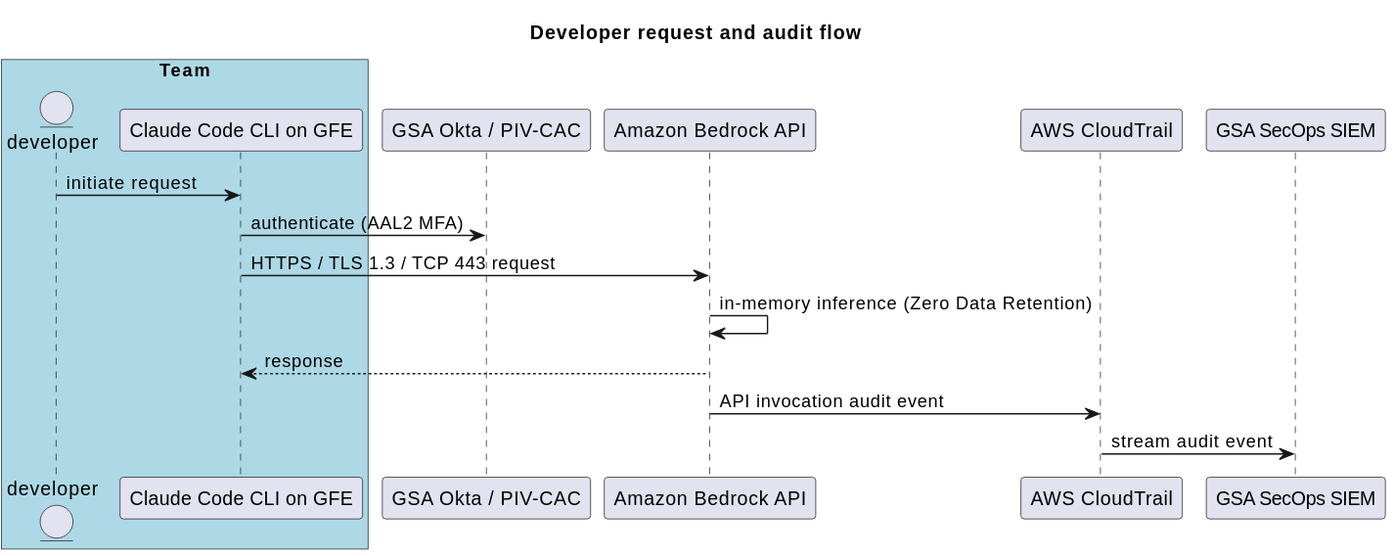
Above: out/generic/developer-ai-data-flow/developer-ai-inference-flow.svg in GSA/datagov-compliance (PlantUML), before the change.
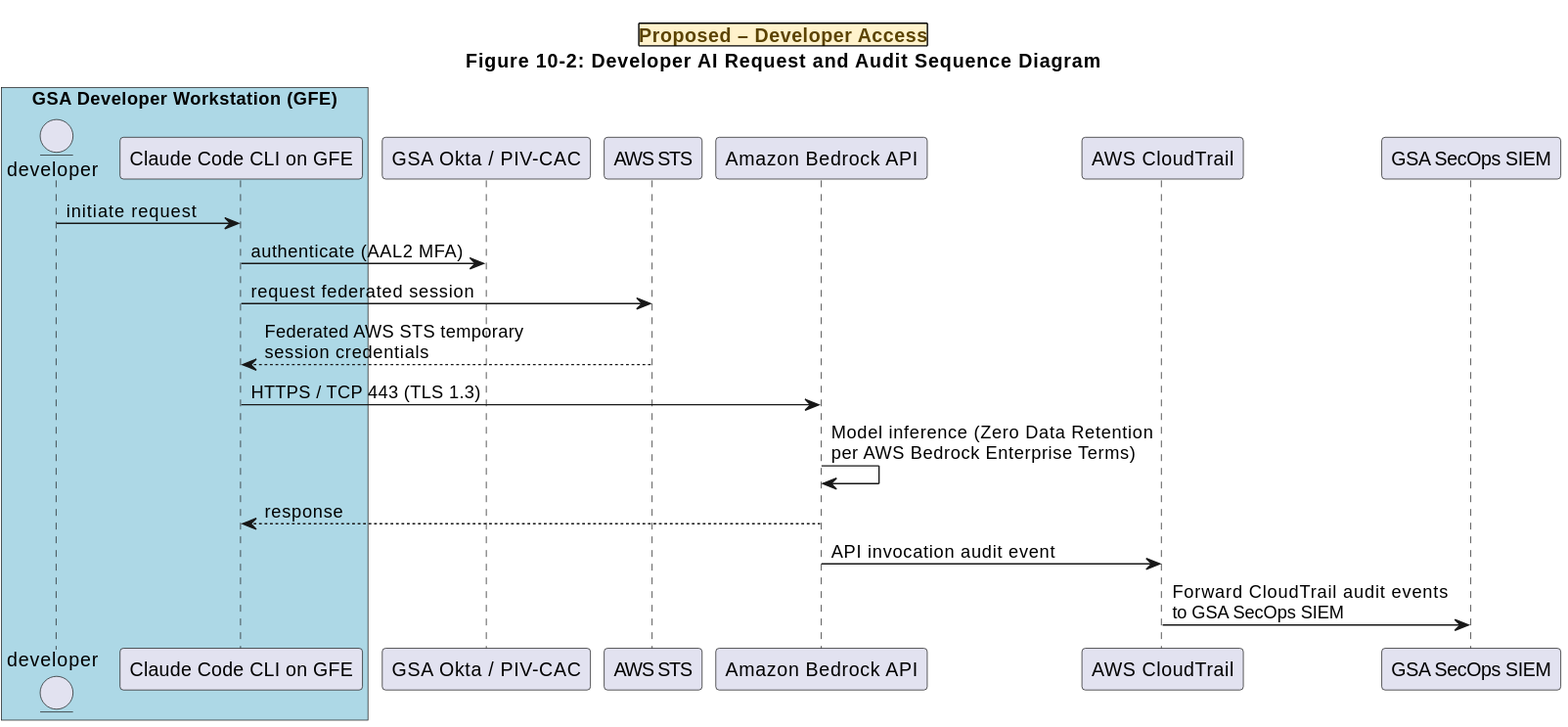
The same diagram one commit later.

Diff of the diagram source:
```diff
@@ -1,19 +1,25 @@
 @startuml
-title Developer request and audit flow
-box "Team" #LightBlue
+title
+|<#FFF2CC><color:#5B4300><b>Proposed &#8211; Developer Access</b></color>|
+Figure 10-2: Developer AI Request and Audit Sequence Diagram
+end title
+box "GSA Developer Workstation (GFE)" #LightBlue
     entity "developer" as dev
     participant "Claude Code CLI on GFE" as cli
 end box
 participant "GSA Okta / PIV-CAC" as idp
+participant "AWS STS" as sts
 participant "Amazon Bedrock API" as bedrock
 participant "AWS CloudTrail" as cloudtrail
 participant "GSA SecOps SIEM" as siem
 
 dev -> cli : initiate request
 cli -> idp : authenticate (AAL2 MFA)
-cli -> bedrock : HTTPS / TLS 1.3 / TCP 443 request
-bedrock -> bedrock : in-memory inference (Zero Data Retention)
+cli -> sts : request federated session
+sts --> cli : Federated AWS STS temporary\nsession credentials
+cli -> bedrock : HTTPS / TCP 443 (TLS 1.3)
+bedrock -> bedrock : Model inference (Zero Data Retention\nper AWS Bedrock Enterprise Terms)
 bedrock --> cli : response
 bedrock -> cloudtrail : API invocation audit event
-cloudtrail -> siem : stream audit event
+cloudtrail -> siem : Forward CloudTrail audit events\nto GSA SecOps SIEM
 @enduml
```
